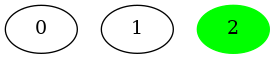
Above: algorithm_visualizer/src/save/tmp/ucgraph.png in Les-Alchimistes-Labs/AlgorithmVisualizer (Graphviz), before the change. Its source is kept beside it as algorithm_visualizer/src/save/tmp/ucgraph.dot.
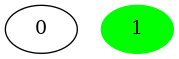
After the commit.

What changed in the source:
```diff
@@ -1,5 +1,4 @@
-graph ucgraph { // 3
+graph ucgraph { // 2
 n0 [label="0"]
-n1 [label="1"]
-n2 [label="2", style = filled , color = green ]
+n1 [label="1", style = filled , color = green ]
 }
```
